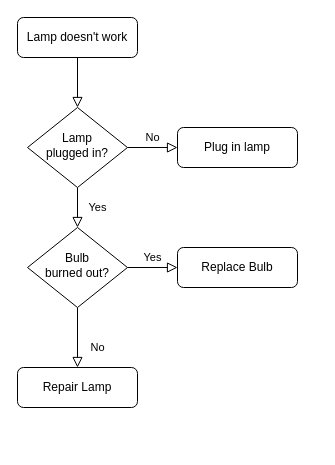
Johnson-CYS/Johnson-CYS.github.io keeps this draw.io diagram as Untitled Diagram.drawio. Above is the earlier version. Source tidied: cells renumbered, new cells numbered last; positions are measured from the earlier drawing's top-left corner, leaving out a move shared by most shapes. Both pictures are drawn from the tidied source at 100%, with x=0, y=0 at pixel (17, 17).
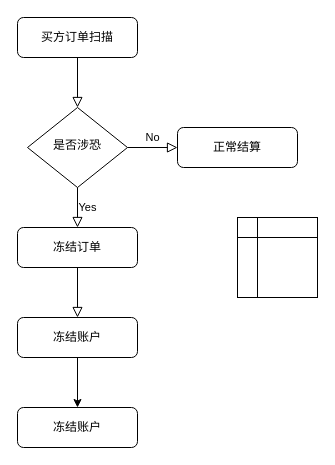
The same page after the edit.

The edit, as a diff of the source:
```diff
@@
 <mxGraphModel>
   <root>
     <mxCell id="0" />
     <mxCell id="1" parent="0" />
     <mxCell id="2" style="rounded=0;html=1;jettySize=auto;fontSize=11;endArrow=block;endFill=0;endSize=8;strokeWidth=1;shadow=0;labelBackgroundColor=none;edgeStyle=orthogonalEdgeStyle;" parent="1" edge="1" source="3" target="6">
       <mxGeometry relative="1" as="geometry" />
     </mxCell>
-    <mxCell id="3" value="Lamp doesn't work" style="rounded=1;whiteSpace=wrap;html=1;fontSize=12;glass=0;strokeWidth=1;shadow=0;" parent="1" vertex="1">
+    <mxCell id="3" value="买方订单扫描" style="rounded=1;whiteSpace=wrap;html=1;fontSize=12;glass=0;strokeWidth=1;shadow=0;" parent="1" vertex="1">
       <mxGeometry width="120" height="40" as="geometry" />
     </mxCell>
-    <mxCell id="4" value="Yes" style="rounded=0;html=1;jettySize=auto;fontSize=11;endArrow=block;endFill=0;endSize=8;strokeWidth=1;shadow=0;labelBackgroundColor=none;edgeStyle=orthogonalEdgeStyle;" parent="1" edge="1" source="6" target="10">
-      <mxGeometry y="20" relative="1" as="geometry" />
-    </mxCell>
     <mxCell id="5" value="No" style="edgeStyle=orthogonalEdgeStyle;rounded=0;html=1;jettySize=auto;fontSize=11;endArrow=block;endFill=0;endSize=8;strokeWidth=1;shadow=0;labelBackgroundColor=none;" parent="1" edge="1" source="6" target="7">
       <mxGeometry y="10" relative="1" as="geometry" />
     </mxCell>
-    <mxCell id="6" value="Lamp&lt;br&gt;plugged in?" style="rhombus;whiteSpace=wrap;html=1;shadow=0;fontFamily=Helvetica;fontSize=12;align=center;strokeWidth=1;spacing=6;spacingTop=-4;" parent="1" vertex="1">
+    <mxCell id="6" value="是否涉恐" style="rhombus;whiteSpace=wrap;html=1;shadow=0;fontFamily=Helvetica;fontSize=12;align=center;strokeWidth=1;spacing=6;spacingTop=-4;" parent="1" vertex="1">
       <mxGeometry x="10" y="90" width="100" height="80" as="geometry" />
     </mxCell>
-    <mxCell id="7" value="Plug in lamp" style="rounded=1;whiteSpace=wrap;html=1;fontSize=12;glass=0;strokeWidth=1;shadow=0;" parent="1" vertex="1">
+    <mxCell id="7" value="正常结算" style="rounded=1;whiteSpace=wrap;html=1;fontSize=12;glass=0;strokeWidth=1;shadow=0;" parent="1" vertex="1">
       <mxGeometry x="160" y="110" width="120" height="40" as="geometry" />
     </mxCell>
-    <mxCell id="8" value="No" style="rounded=0;html=1;jettySize=auto;fontSize=11;endArrow=block;endFill=0;endSize=8;strokeWidth=1;shadow=0;labelBackgroundColor=none;edgeStyle=orthogonalEdgeStyle;" parent="1" edge="1" source="10" target="11">
+    <mxCell id="8" style="rounded=0;html=1;jettySize=auto;fontSize=11;endArrow=block;endFill=0;endSize=8;strokeWidth=1;shadow=0;labelBackgroundColor=none;edgeStyle=orthogonalEdgeStyle;exitX=0.5;exitY=1;exitDx=0;exitDy=0;" parent="1" edge="1" source="12" target="11">
       <mxGeometry x="0.33" y="20" relative="1" as="geometry" />
     </mxCell>
-    <mxCell id="9" value="Yes" style="edgeStyle=orthogonalEdgeStyle;rounded=0;html=1;jettySize=auto;fontSize=11;endArrow=block;endFill=0;endSize=8;strokeWidth=1;shadow=0;labelBackgroundColor=none;" parent="1" edge="1" source="10" target="12">
+    <mxCell id="9" value="Yes" style="edgeStyle=orthogonalEdgeStyle;rounded=0;html=1;jettySize=auto;fontSize=11;endArrow=block;endFill=0;endSize=8;strokeWidth=1;shadow=0;labelBackgroundColor=none;" parent="1" edge="1" source="6" target="12">
       <mxGeometry y="10" relative="1" as="geometry" />
     </mxCell>
-    <mxCell id="10" value="Bulb&lt;br&gt;burned out?" style="rhombus;whiteSpace=wrap;html=1;shadow=0;fontFamily=Helvetica;fontSize=12;align=center;strokeWidth=1;spacing=6;spacingTop=-4;" parent="1" vertex="1">
-      <mxGeometry x="10" y="210" width="100" height="80" as="geometry" />
-    </mxCell>
+    <mxCell id="13" style="edgeStyle=orthogonalEdgeStyle;rounded=0;jettySize=auto;html=1;" parent="1" edge="1" source="11" target="14">
+      <mxGeometry relative="1" as="geometry" />
+    </mxCell>
-    <mxCell id="11" value="Repair Lamp" style="rounded=1;whiteSpace=wrap;html=1;fontSize=12;glass=0;strokeWidth=1;shadow=0;" parent="1" vertex="1">
-      <mxGeometry y="350" width="120" height="40" as="geometry" />
+    <mxCell id="11" value="冻结账户" style="rounded=1;whiteSpace=wrap;html=1;fontSize=12;glass=0;strokeWidth=1;shadow=0;" parent="1" vertex="1">
+      <mxGeometry y="300" width="120" height="40" as="geometry" />
     </mxCell>
-    <mxCell id="12" value="Replace Bulb" style="rounded=1;whiteSpace=wrap;html=1;fontSize=12;glass=0;strokeWidth=1;shadow=0;" parent="1" vertex="1">
-      <mxGeometry x="160" y="230" width="120" height="40" as="geometry" />
+    <mxCell id="12" value="冻结订单" style="rounded=1;whiteSpace=wrap;html=1;fontSize=12;glass=0;strokeWidth=1;shadow=0;" parent="1" vertex="1">
+      <mxGeometry y="210" width="120" height="40" as="geometry" />
     </mxCell>
+    <mxCell id="14" value="冻结账户" style="rounded=1;whiteSpace=wrap;html=1;fontSize=12;glass=0;strokeWidth=1;shadow=0;" parent="1" vertex="1">
+      <mxGeometry y="390" width="120" height="40" as="geometry" />
+    </mxCell>
+    <mxCell id="15" style="shape=internalStorage;whiteSpace=wrap;html=1;backgroundOutline=1;" parent="1" vertex="1">
+      <mxGeometry x="220" y="200" width="80" height="80" as="geometry" />
+    </mxCell>
   </root>
 </mxGraphModel>
```
